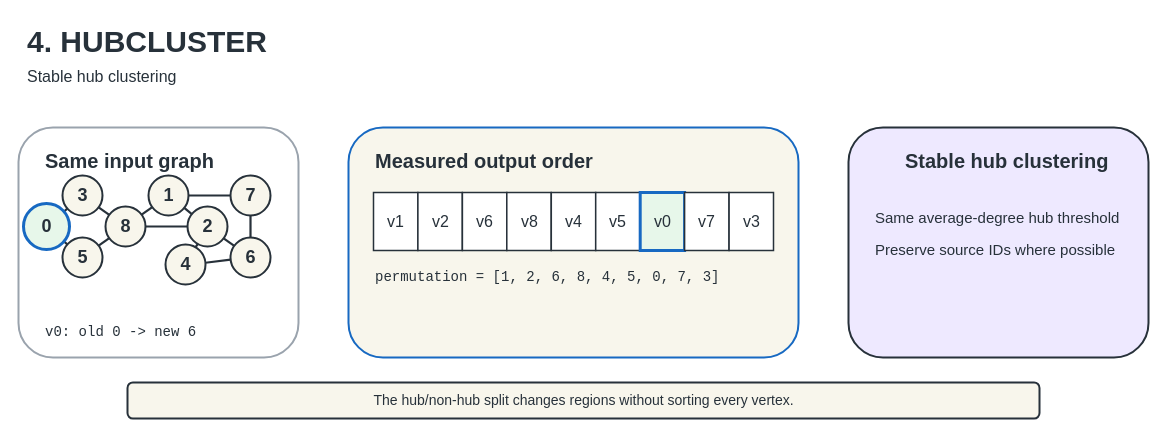
Before: page "HUBCLUSTER" (6 of 18) of docs/figures/editable/GraphBrew-reordering-figures.drawio in UVA-LavaLab/GraphBrew, a draw.io diagram. Source tidied: cells renumbered, new cells numbered last; positions are measured from the earlier drawing's top-left corner, leaving out a move shared by most shapes. Both pictures are drawn from the tidied source at 100%, with x=0, y=0 at pixel (18, 17).
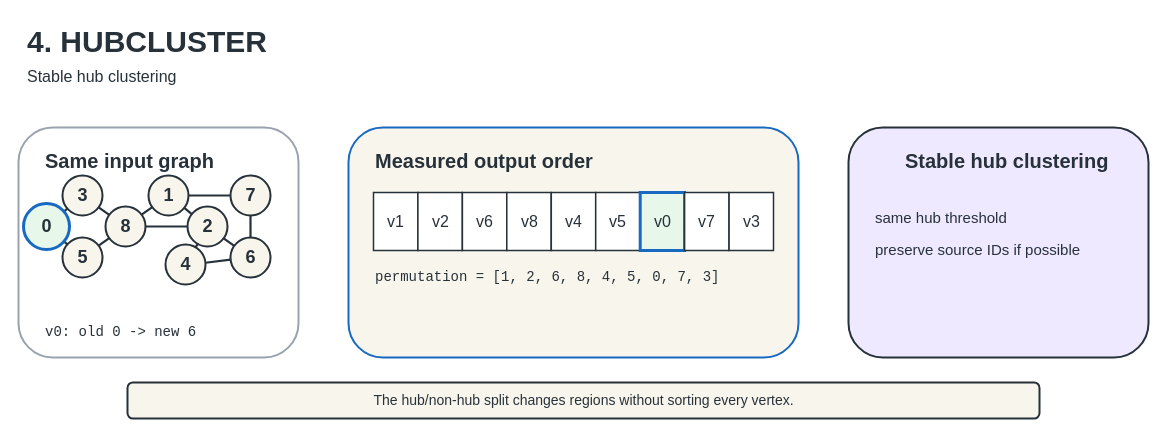
The same diagram, later.

Diff of the diagram source:
```diff
@@
-    <mxCell id="43" value="Same average-degree hub threshold" style="text;html=1;strokeColor=none;fillColor=none;fontSize=15;fontColor=#27313A;" parent="1" vertex="1">
+    <mxCell id="43" value="same hub threshold" style="text;html=1;strokeColor=none;fillColor=none;fontSize=15;fontColor=#27313A;" parent="1" vertex="1">
       <mxGeometry x="855" y="185" width="250" height="28" as="geometry" />
     </mxCell>
-    <mxCell id="44" value="Preserve source IDs where possible" style="text;html=1;strokeColor=none;fillColor=none;fontSize=15;fontColor=#27313A;" parent="1" vertex="1">
+    <mxCell id="44" value="preserve source IDs if possible" style="text;html=1;strokeColor=none;fillColor=none;fontSize=15;fontColor=#27313A;" parent="1" vertex="1">
       <mxGeometry x="855" y="217" width="250" height="28" as="geometry" />
     </mxCell>
```
